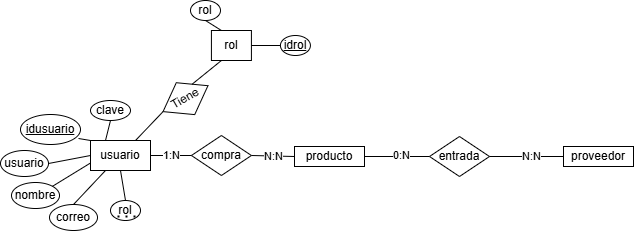
This is documentacion/Diagrama MER.drawio.png from crisalixis/dietetica, a draw.io export, as it was before one commit. Source tidied: cells renumbered, new cells last; positions are measured from the earlier drawing's top-left corner, leaving out a move shared by most shapes.
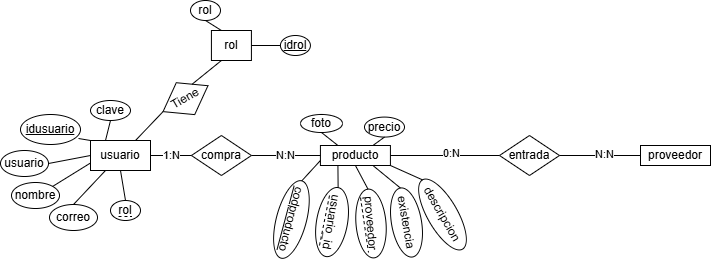
Later version of the same file.

The edit, as a diff of the source:
```diff
@@ -71,20 +71,14 @@
     <mxCell id="24" value="1:N" style="endArrow=none;html=1;rounded=0;entryX=1;entryY=0.5;entryDx=0;entryDy=0;exitX=0;exitY=0.5;exitDx=0;exitDy=0;" parent="1" edge="1" source="23" target="2">
       <mxGeometry x="-0.02" relative="1" as="geometry" />
     </mxCell>
-    <mxCell id="25" style="endArrow=none;dashed=1;html=1;dashPattern=1 3;strokeWidth=2;rounded=0;" parent="1" edge="1">
-      <mxGeometry relative="1" as="geometry">
-        <mxPoint x="117" y="216" as="sourcePoint" />
-        <mxPoint x="137" y="216" as="targetPoint" />
-      </mxGeometry>
-    </mxCell>
     <mxCell id="26" value="producto" style="rounded=0;whiteSpace=wrap;html=1;" parent="1" vertex="1">
-      <mxGeometry x="294" y="146" width="70" height="20" as="geometry" />
+      <mxGeometry x="319.9" y="145" width="70" height="20" as="geometry" />
     </mxCell>
     <mxCell id="27" value="N:N" style="endArrow=none;html=1;rounded=0;exitX=1;exitY=0.5;exitDx=0;exitDy=0;entryX=0;entryY=0.5;entryDx=0;entryDy=0;" parent="1" edge="1" source="23" target="26">
       <mxGeometry relative="1" as="geometry" />
     </mxCell>
     <mxCell id="28" value="entrada" style="rhombus;whiteSpace=wrap;html=1;" parent="1" vertex="1">
-      <mxGeometry x="429" y="136" width="60" height="40" as="geometry" />
+      <mxGeometry x="499" y="135" width="60" height="40" as="geometry" />
     </mxCell>
     <mxCell id="29" style="endArrow=none;html=1;rounded=0;exitX=1;exitY=0.5;exitDx=0;exitDy=0;entryX=0;entryY=0.5;entryDx=0;entryDy=0;" parent="1" edge="1" source="26" target="28">
       <mxGeometry relative="1" as="geometry" />
@@ -93,7 +87,7 @@
       <mxGeometry x="0.11" y="2" relative="1" as="geometry" />
     </mxCell>
     <mxCell id="31" value="proveedor" style="rounded=0;whiteSpace=wrap;html=1;" parent="1" vertex="1">
-      <mxGeometry x="563" y="146" width="70" height="20" as="geometry" />
+      <mxGeometry x="640" y="145" width="70" height="20" as="geometry" />
     </mxCell>
     <mxCell id="32" style="endArrow=none;html=1;rounded=0;entryX=0;entryY=0.5;entryDx=0;entryDy=0;exitX=1;exitY=0.5;exitDx=0;exitDy=0;" parent="1" edge="1" source="28" target="31">
       <mxGeometry relative="1" as="geometry" />
@@ -101,5 +95,65 @@
     <mxCell id="33" value="N:N" style="edgeLabel;html=1;align=center;verticalAlign=middle;" parent="32" vertex="1">
       <mxGeometry x="0.11" y="1" relative="1" as="geometry" />
     </mxCell>
+    <mxCell id="34" value="&lt;u&gt;codproducto&lt;/u&gt;" style="ellipse;whiteSpace=wrap;html=1;rotation=105;" parent="1" vertex="1">
+      <mxGeometry x="250.9" y="204" width="80" height="30" as="geometry" />
+    </mxCell>
+    <mxCell id="35" value="proveedor" style="ellipse;whiteSpace=wrap;html=1;rotation=85;" parent="1" vertex="1">
+      <mxGeometry x="336" y="208" width="69" height="30" as="geometry" />
+    </mxCell>
+    <mxCell id="36" value="foto" style="ellipse;whiteSpace=wrap;html=1;" parent="1" vertex="1">
+      <mxGeometry x="300" y="114" width="42" height="18" as="geometry" />
+    </mxCell>
+    <mxCell id="37" value="existencia" style="ellipse;whiteSpace=wrap;html=1;rotation=80;" parent="1" vertex="1">
+      <mxGeometry x="371" y="207" width="70" height="30" as="geometry" />
+    </mxCell>
+    <mxCell id="38" value="usuario_id" style="ellipse;whiteSpace=wrap;html=1;rotation=100;" parent="1" vertex="1">
+      <mxGeometry x="296.5" y="206.1" width="70" height="31" as="geometry" />
+    </mxCell>
+    <mxCell id="39" value="precio" style="ellipse;whiteSpace=wrap;html=1;" parent="1" vertex="1">
+      <mxGeometry x="364" y="116.6" width="40" height="20" as="geometry" />
+    </mxCell>
+    <mxCell id="40" value="descripcion" style="ellipse;whiteSpace=wrap;html=1;rotation=60;" parent="1" vertex="1">
+      <mxGeometry x="402" y="199" width="80" height="30" as="geometry" />
+    </mxCell>
+    <mxCell id="41" style="endArrow=none;html=1;rounded=0;entryX=0;entryY=0.75;entryDx=0;entryDy=0;exitX=0;exitY=0.5;exitDx=0;exitDy=0;" parent="1" edge="1" source="34" target="26">
+      <mxGeometry relative="1" as="geometry" />
+    </mxCell>
+    <mxCell id="42" style="endArrow=none;dashed=1;html=1;rounded=0;" parent="1" edge="1">
+      <mxGeometry relative="1" as="geometry">
+        <mxPoint x="118" y="216" as="sourcePoint" />
+        <mxPoint x="131" y="216" as="targetPoint" />
+      </mxGeometry>
+    </mxCell>
+    <mxCell id="43" style="endArrow=none;dashed=1;html=1;rounded=0;" parent="1" edge="1">
+      <mxGeometry relative="1" as="geometry">
+        <mxPoint x="360" y="197" as="sourcePoint" />
+        <mxPoint x="368" y="252" as="targetPoint" />
+      </mxGeometry>
+    </mxCell>
+    <mxCell id="44" style="endArrow=none;dashed=1;html=1;rounded=0;" parent="1" edge="1">
+      <mxGeometry relative="1" as="geometry">
+        <mxPoint x="329" y="195" as="sourcePoint" />
+        <mxPoint x="319" y="245" as="targetPoint" />
+      </mxGeometry>
+    </mxCell>
+    <mxCell id="45" style="endArrow=none;html=1;rounded=0;entryX=0.25;entryY=1;entryDx=0;entryDy=0;exitX=0;exitY=0.5;exitDx=0;exitDy=0;" parent="1" edge="1" source="38" target="26">
+      <mxGeometry relative="1" as="geometry" />
+    </mxCell>
+    <mxCell id="46" style="endArrow=none;html=1;rounded=0;entryX=0.5;entryY=1;entryDx=0;entryDy=0;exitX=0;exitY=0.5;exitDx=0;exitDy=0;" parent="1" edge="1" source="35" target="26">
+      <mxGeometry relative="1" as="geometry" />
+    </mxCell>
+    <mxCell id="47" style="endArrow=none;html=1;rounded=0;entryX=0.75;entryY=1;entryDx=0;entryDy=0;exitX=0;exitY=0.5;exitDx=0;exitDy=0;" parent="1" edge="1" source="37" target="26">
+      <mxGeometry relative="1" as="geometry" />
+    </mxCell>
+    <mxCell id="48" style="endArrow=none;html=1;rounded=0;entryX=1;entryY=1;entryDx=0;entryDy=0;exitX=0;exitY=0.5;exitDx=0;exitDy=0;" parent="1" edge="1" source="40" target="26">
+      <mxGeometry relative="1" as="geometry" />
+    </mxCell>
+    <mxCell id="49" style="endArrow=none;html=1;rounded=0;entryX=0.5;entryY=1;entryDx=0;entryDy=0;exitX=0.25;exitY=0;exitDx=0;exitDy=0;" parent="1" edge="1" source="26" target="36">
+      <mxGeometry relative="1" as="geometry" />
+    </mxCell>
+    <mxCell id="50" style="endArrow=none;html=1;rounded=0;entryX=0.5;entryY=1;entryDx=0;entryDy=0;exitX=0.75;exitY=0;exitDx=0;exitDy=0;" parent="1" edge="1" source="26" target="39">
+      <mxGeometry relative="1" as="geometry" />
+    </mxCell>
   </root>
 </mxGraphModel>
```
